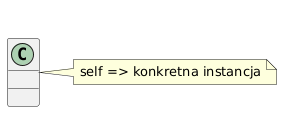
The PlantUML diagram src/_04-classes/03-self-parameter/diagrams/topic_03.png in tborzyszkowski/python-programming, before a commit.
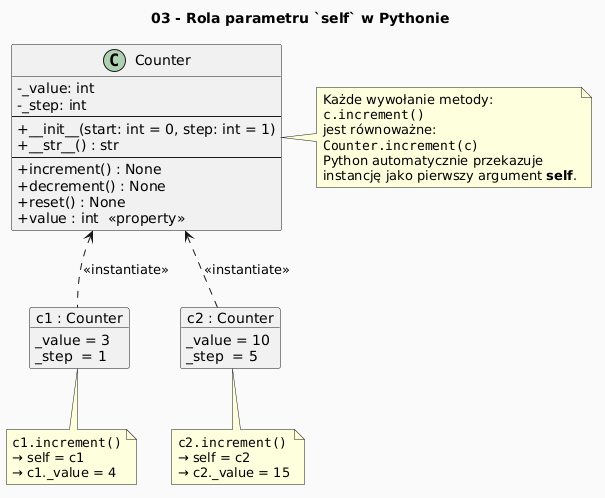
Above is the later version.

Change to the diagram source:
```diff
@@ -1,9 +1,52 @@
 @startuml
 skinparam classAttributeIconSize 0
-        title 03 - Rola `self` w Pythonie
-        class Counter {
-  +value: int
-  +increment()
+skinparam backgroundColor #FAFAFA
+title 03 - Rola parametru `self` w Pythonie
+
+class Counter {
+  - _value: int
+  - _step: int
+  --
+  + __init__(start: int = 0, step: int = 1)
+  + __str__() : str
+  --
+  + increment() : None
+  + decrement() : None
+  + reset() : None
+  + value : int  <<property>>
 }
-note right: self => konkretna instancja
+
+note right of Counter
+  Każde wywołanie metody:
+  ""c.increment()""
+  jest równoważne:
+  ""Counter.increment(c)""
+  Python automatycznie przekazuje
+  instancję jako pierwszy argument **self**.
+end note
+
+object "c1 : Counter" as c1 {
+  _value = 3
+  _step  = 1
+}
+
+object "c2 : Counter" as c2 {
+  _value = 10
+  _step  = 5
+}
+
+Counter <.. c1 : <<instantiate>>
+Counter <.. c2 : <<instantiate>>
+
+note bottom of c1
+  ""c1.increment()""
+  → self = c1
+  → c1._value = 4
+end note
+
+note bottom of c2
+  ""c2.increment()""
+  → self = c2
+  → c2._value = 15
+end note
 @enduml
```
